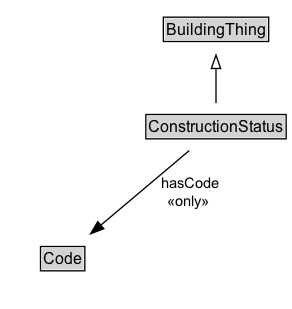
ISO-TC204/ontology-cdm-p2-v1 keeps this Graphviz diagram as docs/diagrams/ConstructionStatus.dot.png. Above is the earlier version. Its source is kept beside it as docs/diagrams/ConstructionStatus.dot.
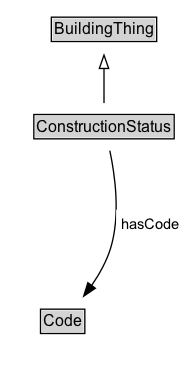
After the change.

Change to the diagram source:
```diff
@@ -3,18 +3,21 @@
 	node [fontname=Arial fontsize=12 margin=0 shape=none]
 	edge [fontname=Arial fontsize=11]
 	{
+		rank=source
+		BuildingThing [label=<<TABLE BORDER="1" CELLBORDER="0" CELLSPACING="0" CELLPADDING="1"><TR><TD BGCOLOR="lightgray" ALIGN="CENTER">BuildingThing</TD></TR></TABLE>> URL="../BuildingThing" margin=0]
+	}
+	ConstructionStatus [label=<<TABLE BORDER="1" CELLBORDER="0" CELLSPACING="0" CELLPADDING="1"><TR><TD BGCOLOR="lightgray" ALIGN="CENTER">ConstructionStatus</TD></TR></TABLE>> URL="../ConstructionStatus" margin=0]
+	{
 		rank=max
-		ConstructionStatus [label=<<TABLE BORDER="1" CELLBORDER="0" CELLSPACING="0" CELLPADDING="1"><TR><TD BGCOLOR="lightgray" ALIGN="CENTER" PORT="e">ConstructionStatus</TD></TR></TABLE>> URL="../ConstructionStatus.md" margin=0]
 	}
 	subgraph cluster_associated {
 		label="" style=invis
 		Invis [label=<<TABLE BORDER="0" CELLBORDER="0" CELLSPACING="0" CELLPADDING="1"><TR><TD></TD></TR></TABLE>> margin=0 style=invis]
-		Code [label=<<TABLE BORDER="1" CELLBORDER="0" CELLSPACING="0" CELLPADDING="1"><TR><TD BGCOLOR="lightgray" ALIGN="CENTER">Code</TD></TR></TABLE>> URL="../Code.md" margin=0]
+		Code [label=<<TABLE BORDER="1" CELLBORDER="0" CELLSPACING="0" CELLPADDING="1"><TR><TD BGCOLOR="lightgray" ALIGN="CENTER">Code</TD></TR></TABLE>> URL="../Code" margin=0]
 	}
-	BuildingThing [label=<<TABLE BORDER="1" CELLBORDER="0" CELLSPACING="0" CELLPADDING="1"><TR><TD BGCOLOR="lightgray" ALIGN="CENTER">BuildingThing</TD></TR></TABLE>> URL="../BuildingThing.md" margin=0]
 	ConstructionStatus -> BuildingThing [arrowhead=onormal style=solid]
 	ConstructionStatus -> Invis [style=invis]
 	Invis -> Code [style=invis]
-	ConstructionStatus -> Code [label=" hasCode
- «only»  " arrowhead=normal style=solid]
+	Code [label=<<TABLE BORDER="1" CELLBORDER="0" CELLSPACING="0" CELLPADDING="1"><TR><TD BGCOLOR="lightgray" ALIGN="CENTER">Code</TD></TR></TABLE>> URL="../Code" margin=0]
+	ConstructionStatus -> Code [label=<<TABLE BORDER="0" CELLBORDER="0" CELLSPACING="0" CELLPADDING="4" BGCOLOR="white"><TR><TD ALIGN="CENTER">hasCode</TD></TR></TABLE>> arrowhead=normal style=solid]
 }
```
